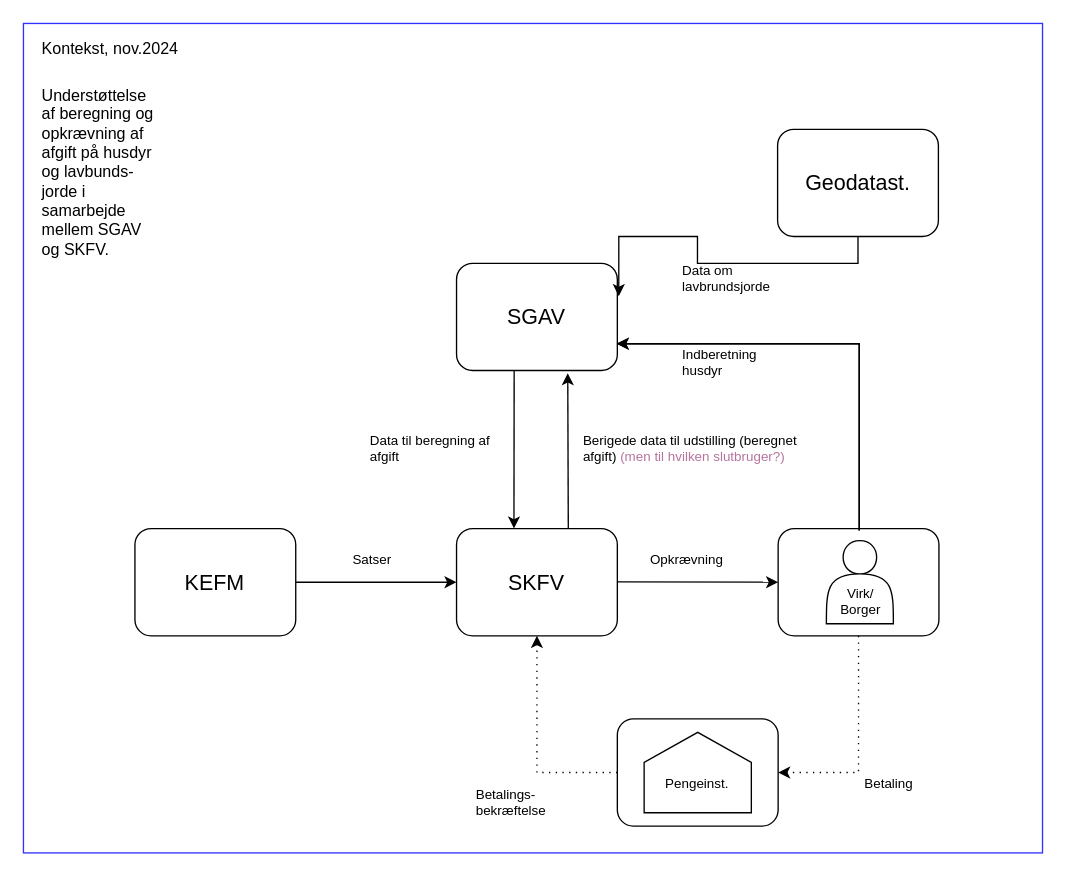
This is Kontekst G.drawio from Zaladk/drawio, a draw.io file, before an edit. Source tidied: cells renumbered, new cells numbered last; positions are measured from the earlier drawing's top-left corner, leaving out a move shared by most shapes. Both pictures are drawn from the tidied source at 134%, with x=0, y=0 at pixel (23, 23).
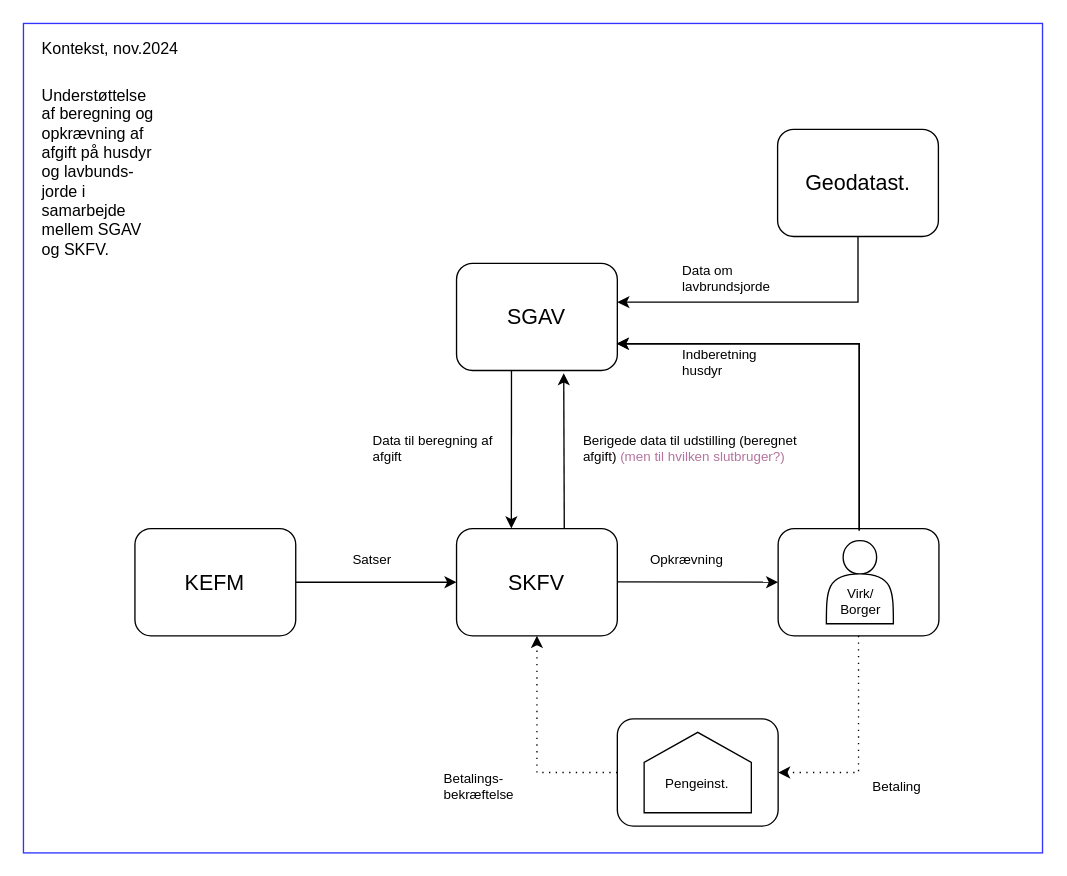
The same diagram, later.

Unchanged cells that the change refers to:
```xml
<mxCell id="4" value="SGAV" style="rounded=1;whiteSpace=wrap;html=1;fontSize=16;align=center;" parent="1" vertex="1">
  <mxGeometry x="323.2" y="179" width="120" height="80" as="geometry" />
</mxCell>
<mxCell id="5" value="SKFV" style="rounded=1;whiteSpace=wrap;html=1;fontSize=16;align=center;" parent="1" vertex="1">
  <mxGeometry x="323.2" y="377" width="120" height="80" as="geometry" />
</mxCell>
<mxCell id="28" value="Geodatast." style="rounded=1;whiteSpace=wrap;html=1;fontSize=16;align=center;" parent="1" vertex="1">
  <mxGeometry x="562.8" y="79" width="120" height="80" as="geometry" />
</mxCell>
```

The edit, as a diff of the source:
```diff
@@
-    <mxCell id="10" style="rounded=0;jettySize=auto;html=1;entryX=0.357;entryY=-0.001;entryDx=0;entryDy=0;entryPerimeter=0;" parent="1" edge="1" target="5">
+    <mxCell id="10" style="rounded=0;orthogonalLoop=1;jettySize=auto;html=1;entryX=0.357;entryY=-0.001;entryDx=0;entryDy=0;entryPerimeter=0;" parent="1" edge="1">
       <mxGeometry relative="1" as="geometry">
-        <mxPoint x="366.2" y="259" as="sourcePoint" />
+        <mxPoint x="364.2" y="259" as="sourcePoint" />
+        <mxPoint x="364.1" y="376.9" as="targetPoint" />
       </mxGeometry>
     </mxCell>
     <mxCell id="11" style="rounded=0;orthogonalLoop=1;jettySize=auto;html=1;startArrow=classic;startFill=1;endArrow=none;endFill=0;entryX=0.695;entryY=-0.031;entryDx=0;entryDy=0;entryPerimeter=0;" parent="1" edge="1">
       <mxGeometry relative="1" as="geometry">
-        <mxPoint x="406.2" y="261" as="sourcePoint" />
-        <mxPoint x="406.6" y="376.5" as="targetPoint" />
+        <mxPoint x="403.2" y="261" as="sourcePoint" />
+        <mxPoint x="403.6" y="376.5" as="targetPoint" />
       </mxGeometry>
     </mxCell>
@@
     <mxCell id="21" value="Betaling" style="rounded=0;whiteSpace=wrap;html=1;strokeColor=none;align=left;fontSize=10;" parent="1" vertex="1">
-      <mxGeometry x="626.2" y="557" width="75" height="20" as="geometry" />
+      <mxGeometry x="632" y="559" width="75" height="20" as="geometry" />
     </mxCell>
@@
     <mxCell id="23" value="Betalings- bekræftelse" style="rounded=0;whiteSpace=wrap;html=1;strokeColor=none;align=left;fontSize=10;" parent="1" vertex="1">
-      <mxGeometry x="336.2" y="561" width="75" height="40" as="geometry" />
+      <mxGeometry x="312" y="549" width="68.8" height="40" as="geometry" />
     </mxCell>
@@
     <mxCell id="26" value="Data til beregning af afgift" style="rounded=0;whiteSpace=wrap;html=1;strokeColor=none;align=left;fontSize=10;" parent="1" vertex="1">
-      <mxGeometry x="257.2" y="307" width="100" height="20" as="geometry" />
+      <mxGeometry x="259.2" y="307" width="100" height="20" as="geometry" />
     </mxCell>
@@
-    <mxCell id="29" style="edgeStyle=orthogonalEdgeStyle;rounded=0;jettySize=auto;html=1;entryX=1.009;entryY=0.307;entryDx=0;entryDy=0;entryPerimeter=0;exitX=0.5;exitY=1;exitDx=0;exitDy=0;curved=0;" parent="1" edge="1" source="28" target="4">
-      <mxGeometry relative="1" as="geometry" />
+    <mxCell id="29" style="edgeStyle=orthogonalEdgeStyle;rounded=0;jettySize=auto;html=1;exitX=0.5;exitY=1;exitDx=0;exitDy=0;curved=0;" parent="1" edge="1" source="28" target="4">
+      <mxGeometry relative="1" as="geometry">
+        <Array as="points">
+          <mxPoint x="623" y="208" />
+        </Array>
+      </mxGeometry>
     </mxCell>
```
